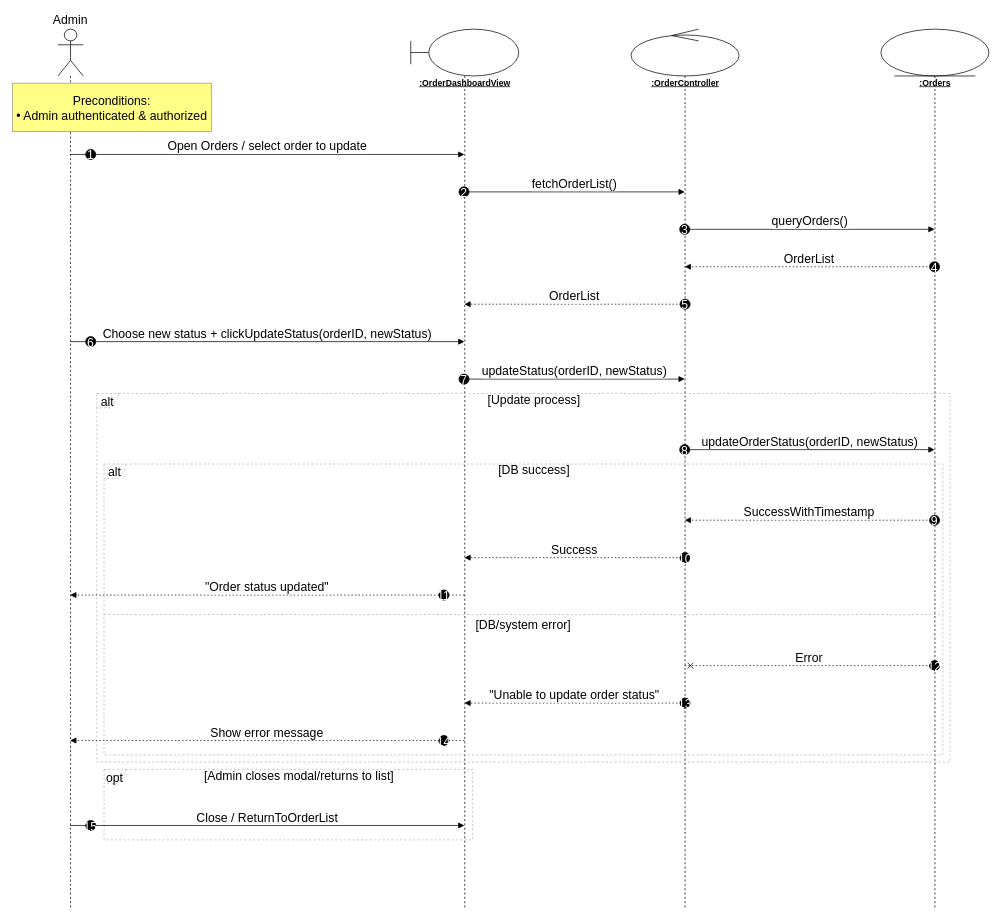
Before: Sequence_Diagram/UC_20_ChangeOrderStatus.drawio in auphong2707/PTTKHT-Final-Report, a draw.io diagram. Source tidied: cells renumbered, new cells numbered last; positions are measured from the earlier drawing's top-left corner, leaving out a move shared by most shapes. Both pictures are drawn from the tidied source at 72%, with x=0, y=0 at pixel (12, 29).
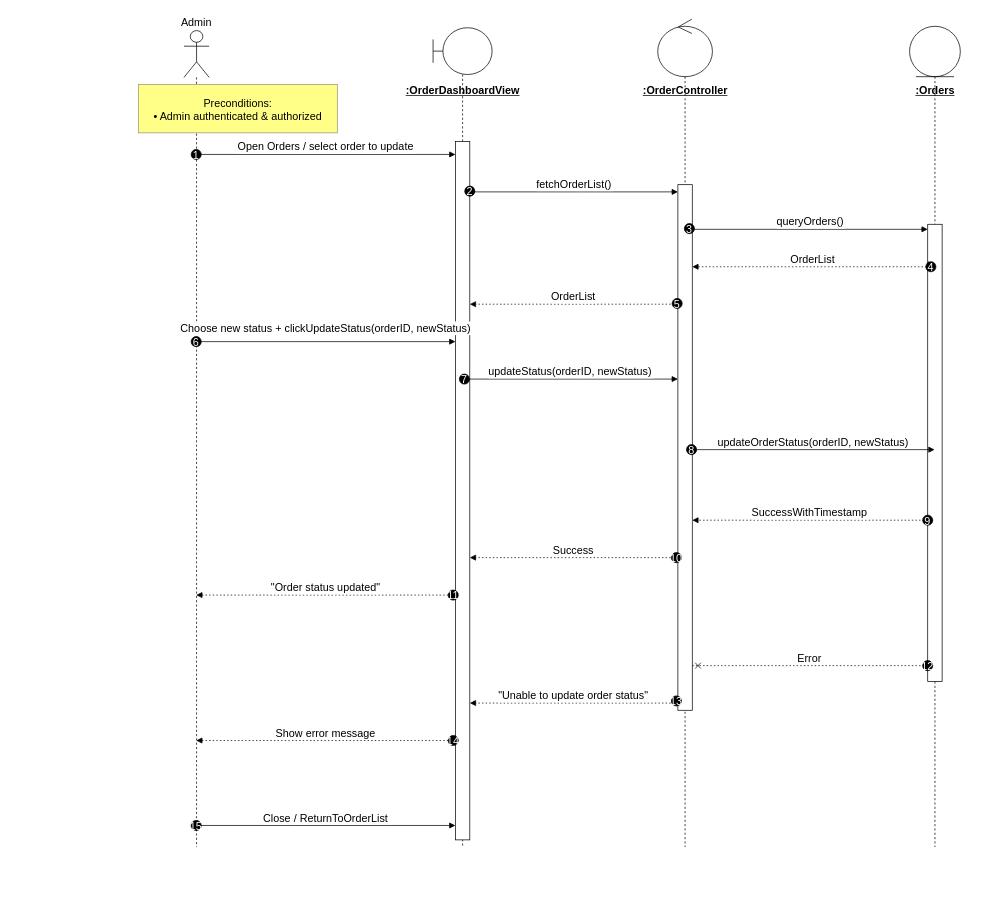
The same diagram, later.

The edit, as a diff of the source:
```diff
@@
+    <mxCell id="7" style="shape=umlLifeline;perimeter=lifelinePerimeter;whiteSpace=wrap;outlineConnect=0;portConstraint=eastwest;newEdgeStyle={&quot;edgeStyle&quot;:&quot;elbowEdgeStyle&quot;,&quot;elbow&quot;:&quot;vertical&quot;,&quot;curved&quot;:0,&quot;rounded&quot;:0};participant=umlEntity;size=70;fontSize=15;" parent="1" vertex="1">
+      <mxGeometry x="1245.8" y="-4" width="70.5" height="1140" as="geometry" />
+    </mxCell>
+    <mxCell id="47" style="rounded=0;whiteSpace=wrap;html=1;fontSize=15;" parent="1" vertex="1">
+      <mxGeometry x="1271" y="271" width="20" height="635" as="geometry" />
+    </mxCell>
+    <mxCell id="5" style="shape=umlLifeline;perimeter=lifelinePerimeter;whiteSpace=wrap;outlineConnect=0;portConstraint=eastwest;newEdgeStyle={&quot;edgeStyle&quot;:&quot;elbowEdgeStyle&quot;,&quot;elbow&quot;:&quot;vertical&quot;,&quot;curved&quot;:0,&quot;rounded&quot;:0};participant=umlControl;size=80;fontSize=15;" parent="1" vertex="1">
+      <mxGeometry x="896" y="-14" width="76" height="1150" as="geometry" />
+    </mxCell>
+    <mxCell id="48" style="rounded=0;whiteSpace=wrap;html=1;fontSize=15;" parent="1" vertex="1">
+      <mxGeometry x="924" y="216" width="20" height="730" as="geometry" />
+    </mxCell>
+    <mxCell id="3" style="shape=umlLifeline;perimeter=lifelinePerimeter;whiteSpace=wrap;outlineConnect=0;portConstraint=eastwest;newEdgeStyle={&quot;edgeStyle&quot;:&quot;elbowEdgeStyle&quot;,&quot;elbow&quot;:&quot;vertical&quot;,&quot;curved&quot;:0,&quot;rounded&quot;:0};participant=umlBoundary;size=65;fontSize=15;" parent="1" vertex="1">
+      <mxGeometry x="584" y="-2" width="82" height="1138" as="geometry" />
+    </mxCell>
+    <mxCell id="49" style="rounded=0;whiteSpace=wrap;html=1;fontSize=15;" parent="1" vertex="1">
+      <mxGeometry x="615" y="156" width="20" height="970" as="geometry" />
+    </mxCell>
-    <mxCell id="2" value="Admin" style="shape=umlLifeline;perimeter=lifelinePerimeter;whiteSpace=wrap;outlineConnect=0;portConstraint=eastwest;newEdgeStyle={&quot;edgeStyle&quot;:&quot;elbowEdgeStyle&quot;,&quot;elbow&quot;:&quot;vertical&quot;,&quot;curved&quot;:0,&quot;rounded&quot;:0};participant=umlActor;verticalAlign=bottom;labelPosition=center;verticalLabelPosition=top;align=center;size=65;fontSize=17;" parent="1" vertex="1">
-      <mxGeometry x="63" width="35" height="1221" as="geometry" />
+    <mxCell id="2" value="Admin" style="shape=umlLifeline;perimeter=lifelinePerimeter;whiteSpace=wrap;outlineConnect=0;portConstraint=eastwest;newEdgeStyle={&quot;edgeStyle&quot;:&quot;elbowEdgeStyle&quot;,&quot;elbow&quot;:&quot;vertical&quot;,&quot;curved&quot;:0,&quot;rounded&quot;:0};participant=umlActor;verticalAlign=bottom;labelPosition=center;verticalLabelPosition=top;align=center;size=65;fontSize=15;" parent="1" vertex="1">
+      <mxGeometry x="238" y="2" width="35" height="1134" as="geometry" />
     </mxCell>
-    <mxCell id="3" style="shape=umlLifeline;perimeter=lifelinePerimeter;whiteSpace=wrap;outlineConnect=0;portConstraint=eastwest;newEdgeStyle={&quot;edgeStyle&quot;:&quot;elbowEdgeStyle&quot;,&quot;elbow&quot;:&quot;vertical&quot;,&quot;curved&quot;:0,&quot;rounded&quot;:0};participant=umlBoundary;size=65;fontSize=17;" parent="1" vertex="1">
-      <mxGeometry x="553" width="150" height="1221" as="geometry" />
-    </mxCell>
-    <mxCell id="4" value="&lt;u&gt;&lt;b&gt;:OrderDashboardView&lt;/b&gt;&lt;/u&gt;" style="text;html=1;align=center;verticalAlign=middle;" parent="1" vertex="1">
-      <mxGeometry x="553" y="65" width="150" height="20" as="geometry" />
+    <mxCell id="4" value="&lt;u&gt;&lt;b&gt;:OrderDashboardView&lt;/b&gt;&lt;/u&gt;" style="text;html=1;align=center;verticalAlign=middle;fontSize=15;" parent="1" vertex="1">
+      <mxGeometry x="550" y="75" width="150" height="20" as="geometry" />
     </mxCell>
-    <mxCell id="5" style="shape=umlLifeline;perimeter=lifelinePerimeter;whiteSpace=wrap;outlineConnect=0;portConstraint=eastwest;newEdgeStyle={&quot;edgeStyle&quot;:&quot;elbowEdgeStyle&quot;,&quot;elbow&quot;:&quot;vertical&quot;,&quot;curved&quot;:0,&quot;rounded&quot;:0};participant=umlControl;size=65;fontSize=17;" parent="1" vertex="1">
-      <mxGeometry x="859" width="150" height="1221" as="geometry" />
-    </mxCell>
-    <mxCell id="6" value="&lt;u&gt;&lt;b&gt;:OrderController&lt;/b&gt;&lt;/u&gt;" style="text;html=1;align=center;verticalAlign=middle;" parent="1" vertex="1">
-      <mxGeometry x="859" y="65" width="150" height="20" as="geometry" />
+    <mxCell id="6" value="&lt;u&gt;&lt;b&gt;:OrderController&lt;/b&gt;&lt;/u&gt;" style="text;html=1;align=center;verticalAlign=middle;fontSize=15;" parent="1" vertex="1">
+      <mxGeometry x="859" y="75" width="150" height="20" as="geometry" />
     </mxCell>
-    <mxCell id="7" style="shape=umlLifeline;perimeter=lifelinePerimeter;whiteSpace=wrap;outlineConnect=0;portConstraint=eastwest;newEdgeStyle={&quot;edgeStyle&quot;:&quot;elbowEdgeStyle&quot;,&quot;elbow&quot;:&quot;vertical&quot;,&quot;curved&quot;:0,&quot;rounded&quot;:0};participant=umlEntity;size=65;fontSize=17;" parent="1" vertex="1">
-      <mxGeometry x="1206" width="150" height="1221" as="geometry" />
-    </mxCell>
-    <mxCell id="8" value="&lt;u&gt;&lt;b&gt;:Orders&lt;/b&gt;&lt;/u&gt;" style="text;html=1;align=center;verticalAlign=middle;" parent="1" vertex="1">
-      <mxGeometry x="1206" y="65" width="150" height="20" as="geometry" />
+    <mxCell id="8" value="&lt;u&gt;&lt;b&gt;:Orders&lt;/b&gt;&lt;/u&gt;" style="text;html=1;align=center;verticalAlign=middle;fontSize=15;" parent="1" vertex="1">
+      <mxGeometry x="1206" y="75" width="150" height="20" as="geometry" />
     </mxCell>
-    <mxCell id="9" value="alt" style="shape=umlFrame;dashed=1;strokeColor=#B3B3B3;height=20;width=30;fontSize=17;" parent="1" vertex="1">
-      <mxGeometry x="127" y="604" width="1165" height="404" as="geometry" />
-    </mxCell>
-    <mxCell id="10" value="[DB success]" style="text;strokeColor=none;fillColor=none;align=center;verticalAlign=middle;whiteSpace=wrap;fontSize=17;" parent="9" vertex="1">
-      <mxGeometry x="30" width="1135" height="20" as="geometry" />
-    </mxCell>
-    <mxCell id="11" value="[DB/system error]" style="shape=line;dashed=1;whiteSpace=wrap;verticalAlign=top;labelPosition=center;verticalLabelPosition=middle;align=center;strokeColor=#B3B3B3;fontSize=17;" parent="9" vertex="1">
-      <mxGeometry y="207" width="1165" height="4" as="geometry" />
-    </mxCell>
-    <mxCell id="12" value="alt" style="shape=umlFrame;dashed=1;strokeColor=#B3B3B3;height=20;width=30;fontSize=17;" parent="1" vertex="1">
-      <mxGeometry x="117" y="506" width="1185" height="512" as="geometry" />
-    </mxCell>
-    <mxCell id="13" value="[Update process]" style="text;strokeColor=none;fillColor=none;align=center;verticalAlign=middle;whiteSpace=wrap;fontSize=17;" parent="12" vertex="1">
-      <mxGeometry x="30" width="1155" height="20" as="geometry" />
-    </mxCell>
-    <mxCell id="14" value="opt" style="shape=umlFrame;dashed=1;strokeColor=#B3B3B3;height=20;width=30;fontSize=17;" parent="1" vertex="1">
-      <mxGeometry x="127" y="1028" width="512" height="98" as="geometry" />
-    </mxCell>
-    <mxCell id="15" value="[Admin closes modal/returns to list]" style="text;strokeColor=none;fillColor=none;align=center;verticalAlign=middle;whiteSpace=wrap;fontSize=17;" parent="14" vertex="1">
-      <mxGeometry x="30" width="482" height="20" as="geometry" />
-    </mxCell>
-    <mxCell id="16" value="Open Orders / select order to update" style="verticalAlign=bottom;edgeStyle=elbowEdgeStyle;elbow=vertical;curved=0;rounded=0;endArrow=block;fontSize=17;" parent="1" edge="1" source="2" target="3">
+    <mxCell id="16" value="Open Orders / select order to update" style="verticalAlign=bottom;edgeStyle=elbowEdgeStyle;elbow=vertical;curved=0;rounded=0;endArrow=block;fontSize=15;" parent="1" edge="1" source="2" target="49">
       <mxGeometry relative="1" as="geometry">
         <Array as="points">
           <mxPoint x="392" y="174" />
         </Array>
       </mxGeometry>
     </mxCell>
-    <mxCell id="17" value="1" style="ellipse;fillColor=#000000;align=center;fontColor=#FFFFFF;fontSize=17;" parent="16" vertex="1">
+    <mxCell id="17" value="1" style="ellipse;fillColor=#000000;align=center;fontColor=#FFFFFF;fontSize=15;" parent="16" vertex="1">
       <mxGeometry width="14" height="14" relative="1" as="geometry">
-        <mxPoint x="-252.5" y="-7" as="offset" />
+        <mxPoint x="-187" y="-7" as="offset" />
       </mxGeometry>
     </mxCell>
-    <mxCell id="18" value="fetchOrderList()" style="verticalAlign=bottom;edgeStyle=elbowEdgeStyle;elbow=vertical;curved=0;rounded=0;endArrow=block;fontSize=17;" parent="1" edge="1" source="3" target="5">
+    <mxCell id="18" value="fetchOrderList()" style="verticalAlign=bottom;edgeStyle=elbowEdgeStyle;elbow=vertical;curved=0;rounded=0;endArrow=block;fontSize=15;" parent="1" edge="1" source="49" target="48">
       <mxGeometry relative="1" as="geometry">
         <Array as="points">
           <mxPoint x="790" y="226" />
         </Array>
       </mxGeometry>
     </mxCell>
-    <mxCell id="19" value="2" style="ellipse;fillColor=#000000;align=center;fontColor=#FFFFFF;fontSize=17;" parent="18" vertex="1">
+    <mxCell id="19" value="2" style="ellipse;fillColor=#000000;align=center;fontColor=#FFFFFF;fontSize=15;" parent="18" vertex="1">
       <mxGeometry width="14" height="14" relative="1" as="geometry">
-        <mxPoint x="-160.5" y="-7" as="offset" />
+        <mxPoint x="-152" y="-8" as="offset" />
       </mxGeometry>
     </mxCell>
-    <mxCell id="20" value="queryOrders()" style="verticalAlign=bottom;edgeStyle=elbowEdgeStyle;elbow=vertical;curved=0;rounded=0;endArrow=block;fontSize=17;" parent="1" edge="1" source="5" target="7">
+    <mxCell id="20" value="queryOrders()" style="verticalAlign=bottom;edgeStyle=elbowEdgeStyle;elbow=vertical;curved=0;rounded=0;endArrow=block;fontSize=15;" parent="1" edge="1" source="48" target="47">
       <mxGeometry relative="1" as="geometry">
         <Array as="points">
           <mxPoint x="1116" y="278" />
         </Array>
       </mxGeometry>
     </mxCell>
-    <mxCell id="21" value="3" style="ellipse;fillColor=#000000;align=center;fontColor=#FFFFFF;fontSize=17;" parent="20" vertex="1">
+    <mxCell id="21" value="3" style="ellipse;fillColor=#000000;align=center;fontColor=#FFFFFF;fontSize=15;" parent="20" vertex="1">
       <mxGeometry width="14" height="14" relative="1" as="geometry">
-        <mxPoint x="-181" y="-7" as="offset" />
+        <mxPoint x="-175" y="-8" as="offset" />
       </mxGeometry>
     </mxCell>
-    <mxCell id="22" value="OrderList" style="verticalAlign=bottom;edgeStyle=elbowEdgeStyle;elbow=vertical;curved=0;rounded=0;dashed=1;dashPattern=2 3;endArrow=block;fontSize=17;" parent="1" edge="1" source="7" target="5">
+    <mxCell id="22" value="OrderList" style="verticalAlign=bottom;edgeStyle=elbowEdgeStyle;elbow=vertical;curved=0;rounded=0;dashed=1;dashPattern=2 3;endArrow=block;fontSize=15;exitX=0.042;exitY=0.081;exitDx=0;exitDy=0;exitPerimeter=0;" parent="1" edge="1" source="47" target="48">
       <mxGeometry relative="1" as="geometry">
         <Array as="points">
           <mxPoint x="1119" y="330" />
         </Array>
       </mxGeometry>
     </mxCell>
-    <mxCell id="23" value="4" style="ellipse;fillColor=#000000;align=center;fontColor=#FFFFFF;fontSize=17;" parent="22" vertex="1">
+    <mxCell id="23" value="4" style="ellipse;fillColor=#000000;align=center;fontColor=#FFFFFF;fontSize=15;" parent="22" vertex="1">
       <mxGeometry width="14" height="14" relative="1" as="geometry">
-        <mxPoint x="167" y="-7" as="offset" />
+        <mxPoint x="157" y="-7" as="offset" />
       </mxGeometry>
     </mxCell>
-    <mxCell id="24" value="OrderList" style="verticalAlign=bottom;edgeStyle=elbowEdgeStyle;elbow=vertical;curved=0;rounded=0;dashed=1;dashPattern=2 3;endArrow=block;fontSize=17;" parent="1" edge="1" source="5" target="3">
+    <mxCell id="24" value="OrderList" style="verticalAlign=bottom;edgeStyle=elbowEdgeStyle;elbow=vertical;curved=0;rounded=0;dashed=1;dashPattern=2 3;endArrow=block;fontSize=15;" parent="1" edge="1" source="48" target="49">
       <mxGeometry relative="1" as="geometry">
         <Array as="points">
           <mxPoint x="793" y="382" />
         </Array>
       </mxGeometry>
     </mxCell>
-    <mxCell id="25" value="5" style="ellipse;fillColor=#000000;align=center;fontColor=#FFFFFF;fontSize=17;" parent="24" vertex="1">
+    <mxCell id="25" value="5" style="ellipse;fillColor=#000000;align=center;fontColor=#FFFFFF;fontSize=15;" parent="24" vertex="1">
       <mxGeometry width="14" height="14" relative="1" as="geometry">
-        <mxPoint x="146.5" y="-7" as="offset" />
+        <mxPoint x="137" y="-8" as="offset" />
       </mxGeometry>
     </mxCell>
-    <mxCell id="26" value="Choose new status + clickUpdateStatus(orderID, newStatus)" style="verticalAlign=bottom;edgeStyle=elbowEdgeStyle;elbow=vertical;curved=0;rounded=0;endArrow=block;fontSize=17;" parent="1" edge="1" source="2" target="3">
-      <mxGeometry relative="1" as="geometry">
+    <mxCell id="26" value="Choose new status + clickUpdateStatus(orderID, newStatus)" style="verticalAlign=bottom;edgeStyle=elbowEdgeStyle;elbow=vertical;curved=0;rounded=0;endArrow=block;fontSize=15;" parent="1" edge="1" source="2" target="49">
+      <mxGeometry y="8" relative="1" as="geometry">
         <Array as="points">
           <mxPoint x="392" y="434" />
         </Array>
       </mxGeometry>
     </mxCell>
-    <mxCell id="27" value="6" style="ellipse;fillColor=#000000;align=center;fontColor=#FFFFFF;fontSize=17;" parent="26" vertex="1">
+    <mxCell id="27" value="6" style="ellipse;fillColor=#000000;align=center;fontColor=#FFFFFF;fontSize=15;" parent="26" vertex="1">
       <mxGeometry width="14" height="14" relative="1" as="geometry">
-        <mxPoint x="-252.5" y="-7" as="offset" />
+        <mxPoint x="-187" y="-7" as="offset" />
       </mxGeometry>
     </mxCell>
-    <mxCell id="28" value="updateStatus(orderID, newStatus)" style="verticalAlign=bottom;edgeStyle=elbowEdgeStyle;elbow=vertical;curved=0;rounded=0;endArrow=block;fontSize=17;" parent="1" edge="1" source="3" target="5">
+    <mxCell id="28" value="updateStatus(orderID, newStatus)" style="verticalAlign=bottom;edgeStyle=elbowEdgeStyle;elbow=vertical;curved=0;rounded=0;endArrow=block;fontSize=15;" parent="1" edge="1" source="3" target="48">
       <mxGeometry relative="1" as="geometry">
         <Array as="points">
           <mxPoint x="790" y="486" />
         </Array>
       </mxGeometry>
     </mxCell>
-    <mxCell id="29" value="7" style="ellipse;fillColor=#000000;align=center;fontColor=#FFFFFF;fontSize=17;" parent="28" vertex="1">
+    <mxCell id="29" value="7" style="ellipse;fillColor=#000000;align=center;fontColor=#FFFFFF;fontSize=15;" parent="28" vertex="1">
       <mxGeometry width="14" height="14" relative="1" as="geometry">
-        <mxPoint x="-160.5" y="-7" as="offset" />
+        <mxPoint x="-154" y="-7" as="offset" />
       </mxGeometry>
     </mxCell>
-    <mxCell id="30" value="updateOrderStatus(orderID, newStatus)" style="verticalAlign=bottom;edgeStyle=elbowEdgeStyle;elbow=vertical;curved=0;rounded=0;endArrow=block;fontSize=17;" parent="1" edge="1" source="5" target="7">
+    <mxCell id="30" value="updateOrderStatus(orderID, newStatus)" style="verticalAlign=bottom;edgeStyle=elbowEdgeStyle;elbow=vertical;curved=0;rounded=0;endArrow=block;fontSize=15;" parent="1" edge="1" source="48" target="7">
       <mxGeometry relative="1" as="geometry">
         <Array as="points">
           <mxPoint x="1116" y="584" />
         </Array>
       </mxGeometry>
     </mxCell>
-    <mxCell id="31" value="8" style="ellipse;fillColor=#000000;align=center;fontColor=#FFFFFF;fontSize=17;" parent="30" vertex="1">
+    <mxCell id="31" value="8" style="ellipse;fillColor=#000000;align=center;fontColor=#FFFFFF;fontSize=15;" parent="30" vertex="1">
       <mxGeometry width="14" height="14" relative="1" as="geometry">
-        <mxPoint x="-181" y="-7" as="offset" />
+        <mxPoint x="-176" y="-7" as="offset" />
       </mxGeometry>
     </mxCell>
-    <mxCell id="32" value="SuccessWithTimestamp" style="verticalAlign=bottom;edgeStyle=elbowEdgeStyle;elbow=vertical;curved=0;rounded=0;dashed=1;dashPattern=2 3;endArrow=block;fontSize=17;" parent="1" edge="1" source="7" target="5">
+    <mxCell id="32" value="SuccessWithTimestamp" style="verticalAlign=bottom;edgeStyle=elbowEdgeStyle;elbow=vertical;curved=0;rounded=0;dashed=1;dashPattern=2 3;endArrow=block;fontSize=15;" parent="1" edge="1" source="47" target="48">
       <mxGeometry relative="1" as="geometry">
         <Array as="points">
           <mxPoint x="1119" y="682" />
         </Array>
       </mxGeometry>
     </mxCell>
-    <mxCell id="33" value="9" style="ellipse;fillColor=#000000;align=center;fontColor=#FFFFFF;fontSize=17;" parent="32" vertex="1">
+    <mxCell id="33" value="9" style="ellipse;fillColor=#000000;align=center;fontColor=#FFFFFF;fontSize=15;" parent="32" vertex="1">
       <mxGeometry width="14" height="14" relative="1" as="geometry">
-        <mxPoint x="167" y="-7" as="offset" />
+        <mxPoint x="157" y="-7" as="offset" />
       </mxGeometry>
     </mxCell>
-    <mxCell id="34" value="Success" style="verticalAlign=bottom;edgeStyle=elbowEdgeStyle;elbow=vertical;curved=0;rounded=0;dashed=1;dashPattern=2 3;endArrow=block;fontSize=17;" parent="1" edge="1" source="5" target="3">
+    <mxCell id="34" value="Success" style="verticalAlign=bottom;edgeStyle=elbowEdgeStyle;elbow=vertical;curved=0;rounded=0;dashed=1;dashPattern=2 3;endArrow=block;fontSize=15;" parent="1" edge="1" source="48" target="49">
       <mxGeometry relative="1" as="geometry">
         <Array as="points">
           <mxPoint x="793" y="734" />
         </Array>
       </mxGeometry>
     </mxCell>
-    <mxCell id="35" value="10" style="ellipse;fillColor=#000000;align=center;fontColor=#FFFFFF;fontSize=17;" parent="34" vertex="1">
+    <mxCell id="35" value="10" style="ellipse;fillColor=#000000;align=center;fontColor=#FFFFFF;fontSize=15;" parent="34" vertex="1">
       <mxGeometry width="14" height="14" relative="1" as="geometry">
-        <mxPoint x="146.5" y="-7" as="offset" />
+        <mxPoint x="136" y="-7" as="offset" />
       </mxGeometry>
     </mxCell>
-    <mxCell id="36" value="&quot;Order status updated&quot;" style="verticalAlign=bottom;edgeStyle=elbowEdgeStyle;elbow=vertical;curved=0;rounded=0;dashed=1;dashPattern=2 3;endArrow=block;fontSize=17;" parent="1" edge="1" source="3" target="2">
+    <mxCell id="36" value="&quot;Order status updated&quot;" style="verticalAlign=bottom;edgeStyle=elbowEdgeStyle;elbow=vertical;curved=0;rounded=0;dashed=1;dashPattern=2 3;endArrow=block;fontSize=15;" parent="1" edge="1" source="49" target="2">
       <mxGeometry relative="1" as="geometry">
         <Array as="points">
           <mxPoint x="395" y="786" />
         </Array>
       </mxGeometry>
     </mxCell>
-    <mxCell id="37" value="11" style="ellipse;fillColor=#000000;align=center;fontColor=#FFFFFF;fontSize=17;" parent="36" vertex="1">
+    <mxCell id="37" value="11" style="ellipse;fillColor=#000000;align=center;fontColor=#FFFFFF;fontSize=15;" parent="36" vertex="1">
       <mxGeometry width="14" height="14" relative="1" as="geometry">
-        <mxPoint x="238.5" y="-7" as="offset" />
+        <mxPoint x="170" y="-7" as="offset" />
       </mxGeometry>
     </mxCell>
-    <mxCell id="38" value="Error" style="verticalAlign=bottom;edgeStyle=elbowEdgeStyle;elbow=vertical;curved=0;rounded=0;endArrow=cross;dashed=1;dashPattern=2 3;fontSize=17;" parent="1" edge="1" source="7" target="5">
+    <mxCell id="38" value="Error" style="verticalAlign=bottom;edgeStyle=elbowEdgeStyle;elbow=vertical;curved=0;rounded=0;endArrow=cross;dashed=1;dashPattern=2 3;fontSize=15;" parent="1" edge="1" source="47" target="48">
       <mxGeometry relative="1" as="geometry">
         <Array as="points">
           <mxPoint x="1119" y="884" />
         </Array>
       </mxGeometry>
     </mxCell>
-    <mxCell id="39" value="12" style="ellipse;fillColor=#000000;align=center;fontColor=#FFFFFF;fontSize=17;" parent="38" vertex="1">
+    <mxCell id="39" value="12" style="ellipse;fillColor=#000000;align=center;fontColor=#FFFFFF;fontSize=15;" parent="38" vertex="1">
       <mxGeometry width="14" height="14" relative="1" as="geometry">
-        <mxPoint x="167" y="-7" as="offset" />
+        <mxPoint x="157" y="-7" as="offset" />
       </mxGeometry>
     </mxCell>
-    <mxCell id="40" value="&quot;Unable to update order status&quot;" style="verticalAlign=bottom;edgeStyle=elbowEdgeStyle;elbow=vertical;curved=0;rounded=0;dashed=1;dashPattern=2 3;endArrow=block;fontSize=17;" parent="1" edge="1" source="5" target="3">
+    <mxCell id="40" value="&quot;Unable to update order status&quot;" style="verticalAlign=bottom;edgeStyle=elbowEdgeStyle;elbow=vertical;curved=0;rounded=0;dashed=1;dashPattern=2 3;endArrow=block;fontSize=15;" parent="1" edge="1" source="48" target="49">
       <mxGeometry relative="1" as="geometry">
         <Array as="points">
           <mxPoint x="793" y="936" />
         </Array>
       </mxGeometry>
     </mxCell>
-    <mxCell id="41" value="13" style="ellipse;fillColor=#000000;align=center;fontColor=#FFFFFF;fontSize=17;" parent="40" vertex="1">
+    <mxCell id="41" value="13" style="ellipse;fillColor=#000000;align=center;fontColor=#FFFFFF;fontSize=15;" parent="40" vertex="1">
       <mxGeometry width="14" height="14" relative="1" as="geometry">
-        <mxPoint x="146.5" y="-7" as="offset" />
+        <mxPoint x="136" y="-10" as="offset" />
       </mxGeometry>
     </mxCell>
-    <mxCell id="42" value="Show error message" style="verticalAlign=bottom;edgeStyle=elbowEdgeStyle;elbow=vertical;curved=0;rounded=0;dashed=1;dashPattern=2 3;endArrow=block;fontSize=17;" parent="1" edge="1" source="3" target="2">
+    <mxCell id="42" value="Show error message" style="verticalAlign=bottom;edgeStyle=elbowEdgeStyle;elbow=vertical;curved=0;rounded=0;dashed=1;dashPattern=2 3;endArrow=block;fontSize=15;" parent="1" edge="1" source="49" target="2">
       <mxGeometry relative="1" as="geometry">
         <Array as="points">
           <mxPoint x="395" y="988" />
         </Array>
       </mxGeometry>
     </mxCell>
-    <mxCell id="43" value="14" style="ellipse;fillColor=#000000;align=center;fontColor=#FFFFFF;fontSize=17;" parent="42" vertex="1">
+    <mxCell id="43" value="14" style="ellipse;fillColor=#000000;align=center;fontColor=#FFFFFF;fontSize=15;" parent="42" vertex="1">
       <mxGeometry width="14" height="14" relative="1" as="geometry">
-        <mxPoint x="238.5" y="-7" as="offset" />
+        <mxPoint x="170" y="-7" as="offset" />
       </mxGeometry>
     </mxCell>
-    <mxCell id="44" value="Close / ReturnToOrderList" style="verticalAlign=bottom;edgeStyle=elbowEdgeStyle;elbow=vertical;curved=0;rounded=0;endArrow=block;fontSize=17;" parent="1" edge="1" source="2" target="3">
+    <mxCell id="44" value="Close / ReturnToOrderList" style="verticalAlign=bottom;edgeStyle=elbowEdgeStyle;elbow=vertical;curved=0;rounded=0;endArrow=block;fontSize=15;" parent="1" edge="1" source="2" target="49">
       <mxGeometry relative="1" as="geometry">
         <Array as="points">
           <mxPoint x="392" y="1106" />
         </Array>
       </mxGeometry>
     </mxCell>
-    <mxCell id="45" value="15" style="ellipse;fillColor=#000000;align=center;fontColor=#FFFFFF;fontSize=17;" parent="44" vertex="1">
+    <mxCell id="45" value="15" style="ellipse;fillColor=#000000;align=center;fontColor=#FFFFFF;fontSize=15;" parent="44" vertex="1">
       <mxGeometry width="14" height="14" relative="1" as="geometry">
-        <mxPoint x="-252.5" y="-7" as="offset" />
+        <mxPoint x="-187" y="-7" as="offset" />
       </mxGeometry>
     </mxCell>
-    <mxCell id="46" value="Preconditions:&#10;• Admin authenticated &amp; authorized" style="fillColor=#ffff88;strokeColor=#9E916F;fontSize=17;" parent="1" vertex="1">
-      <mxGeometry y="75" width="276" height="67" as="geometry" />
+    <mxCell id="46" value="Preconditions:&#10;• Admin authenticated &amp; authorized" style="fillColor=#ffff88;strokeColor=#9E916F;fontSize=15;" parent="1" vertex="1">
+      <mxGeometry x="175" y="77" width="276" height="67" as="geometry" />
     </mxCell>
```
